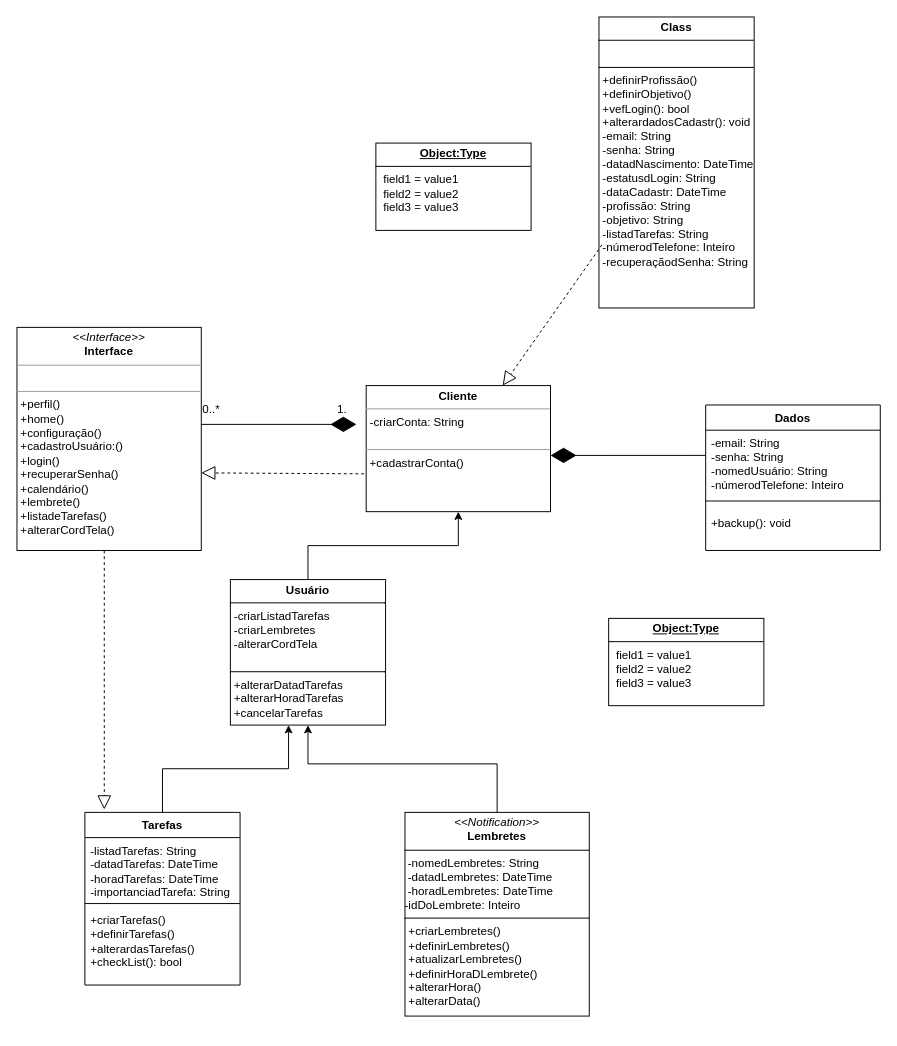
Earlier version of the draw.io diagram docs/img/Diagrama de classe.drawio (ICEI-PUC-Minas-PMV-ADS/pmv-ads-2024-1-e2-proj-int-t3-grupo03). Source tidied: cells renumbered, new cells numbered last; positions are measured from the earlier drawing's top-left corner, leaving out a move shared by most shapes. Both pictures are drawn from the tidied source at 97%, with x=0, y=0 at pixel (16, 16).
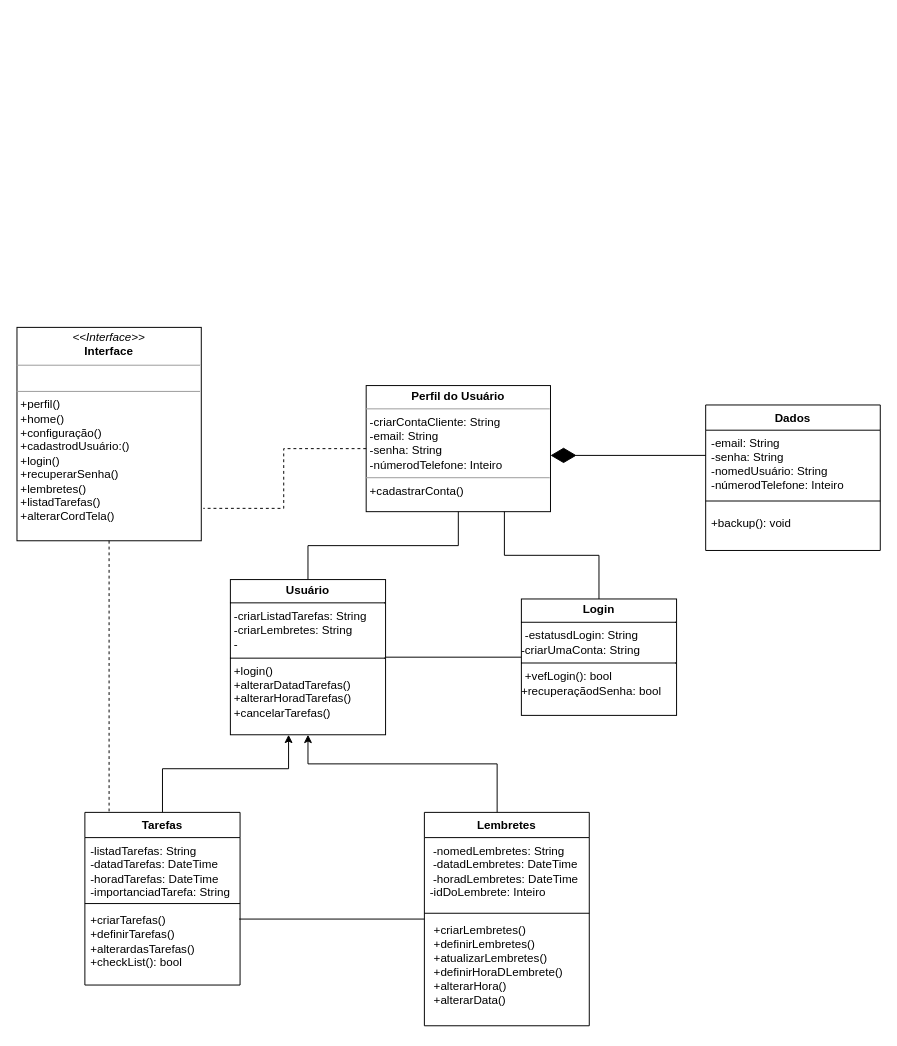
After the change.

Commit message:
Diagrama de classe KIPA.drawio

The change refers to these unchanged cells:
```xml
<mxCell id="7" value="Tarefas" style="swimlane;fontStyle=1;align=center;verticalAlign=top;horizontal=1;startSize=26;whiteSpace=wrap;html=1;" parent="1" vertex="1">
  <mxGeometry x="70" y="820" width="160" height="178" as="geometry" />
</mxCell>
<mxCell id="10" value="&lt;div&gt;&lt;span style=&quot;text-wrap: nowrap;&quot;&gt;+criarTarefas()&lt;/span&gt;&lt;/div&gt;&lt;span style=&quot;text-wrap: nowrap;&quot;&gt;+definirTarefas()&lt;/span&gt;&lt;div&gt;&lt;span style=&quot;text-wrap: nowrap;&quot;&gt;+alterardasTarefas()&lt;/span&gt;&lt;/div&gt;&lt;div&gt;&lt;span style=&quot;text-wrap: nowrap; background-color: initial;&quot;&gt;+checkList(): bool&lt;/span&gt;&lt;br&gt;&lt;/div&gt;" style="text;strokeColor=none;fillColor=none;align=left;verticalAlign=top;spacingLeft=4;spacingRight=4;overflow=hidden;points=[[0,0.5],[1,0.5]];portConstraint=eastwest;whiteSpace=wrap;html=1;" parent="7" vertex="1">
  <mxGeometry y="98" width="160" height="80" as="geometry" />
</mxCell>
```

The edit, as a diff of the source:
```diff
@@
-    <mxCell id="2" value="&lt;p style=&quot;margin:0px;margin-top:4px;text-align:center;&quot;&gt;&lt;i&gt;&amp;lt;&amp;lt;Interface&amp;gt;&amp;gt;&lt;/i&gt;&lt;br&gt;&lt;b&gt;Interface&lt;/b&gt;&lt;/p&gt;&lt;hr size=&quot;1&quot;&gt;&lt;p style=&quot;margin: 0px 0px 0px 4px;&quot;&gt;&lt;br&gt;&lt;/p&gt;&lt;hr size=&quot;1&quot;&gt;&lt;p style=&quot;margin: 0px 0px 0px 4px;&quot;&gt;&lt;span style=&quot;background-color: initial;&quot;&gt;+perfil()&lt;/span&gt;&lt;br&gt;&lt;/p&gt;&lt;p style=&quot;margin: 0px 0px 0px 4px;&quot;&gt;&lt;span style=&quot;background-color: initial;&quot;&gt;+home&lt;/span&gt;&lt;span style=&quot;background-color: initial;&quot;&gt;()&lt;/span&gt;&lt;/p&gt;&lt;p style=&quot;margin: 0px 0px 0px 4px;&quot;&gt;&lt;span style=&quot;background-color: initial;&quot;&gt;+configuração&lt;/span&gt;&lt;span style=&quot;background-color: initial;&quot;&gt;()&lt;/span&gt;&lt;/p&gt;&lt;p style=&quot;margin: 0px 0px 0px 4px;&quot;&gt;+cadastroUsuário:&lt;span style=&quot;background-color: initial;&quot;&gt;()&lt;/span&gt;&lt;/p&gt;&lt;p style=&quot;margin: 0px 0px 0px 4px;&quot;&gt;+login&lt;span style=&quot;background-color: initial;&quot;&gt;()&lt;/span&gt;&lt;/p&gt;&lt;p style=&quot;margin: 0px 0px 0px 4px;&quot;&gt;+recuperarSenha()&lt;/p&gt;&lt;p style=&quot;margin: 0px 0px 0px 4px;&quot;&gt;+calendário()&lt;/p&gt;&lt;p style=&quot;margin: 0px 0px 0px 4px;&quot;&gt;+lembrete()&lt;/p&gt;&lt;p style=&quot;margin: 0px 0px 0px 4px;&quot;&gt;&lt;span style=&quot;background-color: initial;&quot;&gt;+listadeTarefas()&amp;nbsp;&lt;/span&gt;&lt;br&gt;&lt;/p&gt;&lt;p style=&quot;margin: 0px 0px 0px 4px;&quot;&gt;&lt;span style=&quot;background-color: initial;&quot;&gt;+alterarCordTela()&amp;nbsp;&lt;/span&gt;&lt;/p&gt;&lt;p style=&quot;margin:0px;margin-left:4px;&quot;&gt;&lt;br&gt;&lt;/p&gt;&lt;p style=&quot;margin:0px;margin-left:4px;&quot;&gt;&lt;br&gt;&lt;/p&gt;" style="verticalAlign=top;align=left;overflow=fill;fontSize=12;fontFamily=Helvetica;html=1;rounded=0;shadow=0;comic=0;labelBackgroundColor=none;strokeWidth=1;" parent="1" vertex="1">
-      <mxGeometry y="320" width="190" height="230" as="geometry" />
+    <mxCell id="2" value="&lt;p style=&quot;margin:0px;margin-top:4px;text-align:center;&quot;&gt;&lt;i&gt;&amp;lt;&amp;lt;Interface&amp;gt;&amp;gt;&lt;/i&gt;&lt;br&gt;&lt;b&gt;Interface&lt;/b&gt;&lt;/p&gt;&lt;hr size=&quot;1&quot;&gt;&lt;p style=&quot;margin: 0px 0px 0px 4px;&quot;&gt;&lt;br&gt;&lt;/p&gt;&lt;hr size=&quot;1&quot;&gt;&lt;p style=&quot;margin: 0px 0px 0px 4px;&quot;&gt;&lt;span style=&quot;background-color: initial;&quot;&gt;+perfil()&lt;/span&gt;&lt;br&gt;&lt;/p&gt;&lt;p style=&quot;margin: 0px 0px 0px 4px;&quot;&gt;&lt;span style=&quot;background-color: initial;&quot;&gt;+home&lt;/span&gt;&lt;span style=&quot;background-color: initial;&quot;&gt;()&lt;/span&gt;&lt;/p&gt;&lt;p style=&quot;margin: 0px 0px 0px 4px;&quot;&gt;&lt;span style=&quot;background-color: initial;&quot;&gt;+configuração&lt;/span&gt;&lt;span style=&quot;background-color: initial;&quot;&gt;()&lt;/span&gt;&lt;/p&gt;&lt;p style=&quot;margin: 0px 0px 0px 4px;&quot;&gt;+cadastrodUsuário:&lt;span style=&quot;background-color: initial;&quot;&gt;()&lt;/span&gt;&lt;/p&gt;&lt;p style=&quot;margin: 0px 0px 0px 4px;&quot;&gt;+login&lt;span style=&quot;background-color: initial;&quot;&gt;()&lt;/span&gt;&lt;/p&gt;&lt;p style=&quot;margin: 0px 0px 0px 4px;&quot;&gt;+recuperarSenha()&lt;/p&gt;&lt;p style=&quot;margin: 0px 0px 0px 4px;&quot;&gt;+lembretes()&lt;/p&gt;&lt;p style=&quot;margin: 0px 0px 0px 4px;&quot;&gt;&lt;span style=&quot;background-color: initial;&quot;&gt;+listadTarefas()&amp;nbsp;&lt;/span&gt;&lt;br&gt;&lt;/p&gt;&lt;p style=&quot;margin: 0px 0px 0px 4px;&quot;&gt;&lt;span style=&quot;background-color: initial;&quot;&gt;+alterarCordTela()&amp;nbsp;&lt;/span&gt;&lt;/p&gt;&lt;p style=&quot;margin:0px;margin-left:4px;&quot;&gt;&lt;br&gt;&lt;/p&gt;&lt;p style=&quot;margin:0px;margin-left:4px;&quot;&gt;&lt;br&gt;&lt;/p&gt;" style="verticalAlign=top;align=left;overflow=fill;fontSize=12;fontFamily=Helvetica;html=1;rounded=0;shadow=0;comic=0;labelBackgroundColor=none;strokeWidth=1;" parent="1" vertex="1">
+      <mxGeometry y="320" width="190" height="220" as="geometry" />
     </mxCell>
-    <mxCell id="3" value="&lt;p style=&quot;margin:0px;margin-top:4px;text-align:center;&quot;&gt;&lt;b&gt;Cliente&lt;/b&gt;&lt;/p&gt;&lt;hr size=&quot;1&quot;&gt;&lt;p style=&quot;margin:0px;margin-left:4px;&quot;&gt;-criarConta: String&lt;/p&gt;&lt;p style=&quot;margin:0px;margin-left:4px;&quot;&gt;&lt;br&gt;&lt;/p&gt;&lt;hr size=&quot;1&quot;&gt;&lt;p style=&quot;margin: 0px 0px 0px 4px;&quot;&gt;+cadastrarConta()&lt;/p&gt;&lt;p style=&quot;margin: 0px 0px 0px 4px;&quot;&gt;&lt;br&gt;&lt;/p&gt;&lt;div&gt;&lt;span style=&quot;background-color: initial;&quot;&gt;&lt;br&gt;&lt;/span&gt;&lt;/div&gt;&lt;p style=&quot;margin: 0px 0px 0px 4px;&quot;&gt;&lt;br&gt;&lt;/p&gt;&lt;div&gt;&lt;br&gt;&lt;/div&gt;" style="verticalAlign=top;align=left;overflow=fill;fontSize=12;fontFamily=Helvetica;html=1;rounded=0;shadow=0;comic=0;labelBackgroundColor=none;strokeWidth=1;" parent="1" vertex="1">
+    <mxCell id="3" value="&lt;p style=&quot;margin:0px;margin-top:4px;text-align:center;&quot;&gt;&lt;b&gt;Perfil do Usuário&lt;/b&gt;&lt;/p&gt;&lt;hr size=&quot;1&quot;&gt;&lt;p style=&quot;margin:0px;margin-left:4px;&quot;&gt;-criarContaCliente: String&lt;/p&gt;&lt;p style=&quot;margin:0px;margin-left:4px;&quot;&gt;-email: String&lt;/p&gt;&lt;p style=&quot;margin:0px;margin-left:4px;&quot;&gt;-senha: String&lt;/p&gt;&lt;p style=&quot;margin:0px;margin-left:4px;&quot;&gt;-númerodTelefone: Inteiro&lt;/p&gt;&lt;hr size=&quot;1&quot;&gt;&lt;p style=&quot;margin: 0px 0px 0px 4px;&quot;&gt;+cadastrarConta()&lt;/p&gt;&lt;p style=&quot;margin: 0px 0px 0px 4px;&quot;&gt;&lt;br&gt;&lt;/p&gt;&lt;div&gt;&lt;span style=&quot;background-color: initial;&quot;&gt;&lt;br&gt;&lt;/span&gt;&lt;/div&gt;&lt;p style=&quot;margin: 0px 0px 0px 4px;&quot;&gt;&lt;br&gt;&lt;/p&gt;&lt;div&gt;&lt;br&gt;&lt;/div&gt;" style="verticalAlign=top;align=left;overflow=fill;fontSize=12;fontFamily=Helvetica;html=1;rounded=0;shadow=0;comic=0;labelBackgroundColor=none;strokeWidth=1;" parent="1" vertex="1">
       <mxGeometry x="360" y="380" width="190" height="130" as="geometry" />
     </mxCell>
-    <mxCell id="4" value="0..*" style="text;html=1;align=center;verticalAlign=middle;strokeColor=none;fillColor=none;" parent="1" vertex="1">
-      <mxGeometry x="180" y="390" width="40" height="30" as="geometry" />
-    </mxCell>
-    <mxCell id="5" value="1." style="text;html=1;align=center;verticalAlign=middle;strokeColor=none;fillColor=none;" parent="1" vertex="1">
-      <mxGeometry x="320" y="390" width="30" height="30" as="geometry" />
-    </mxCell>
@@
-    <mxCell id="11" style="endArrow=diamondThin;endFill=1;endSize=24;html=1;rounded=0;" parent="1" edge="1">
-      <mxGeometry relative="1" as="geometry">
-        <mxPoint x="190" y="420" as="sourcePoint" />
-        <mxPoint x="350" y="420" as="targetPoint" />
-      </mxGeometry>
-    </mxCell>
-    <mxCell id="12" style="edgeStyle=orthogonalEdgeStyle;rounded=0;jettySize=auto;html=1;" parent="1" edge="1" source="13" target="20">
+    <mxCell id="12" style="edgeStyle=orthogonalEdgeStyle;rounded=0;jettySize=auto;html=1;" parent="1" edge="1" target="20">
       <mxGeometry relative="1" as="geometry">
+        <mxPoint x="495" y="820" as="sourcePoint" />
         <Array as="points">
           <mxPoint x="495" y="770" />
           <mxPoint x="300" y="770" />
         </Array>
       </mxGeometry>
     </mxCell>
-    <mxCell id="13" value="&lt;p style=&quot;margin:0px;margin-top:4px;text-align:center;&quot;&gt;&lt;i&gt;&amp;lt;&amp;lt;Notification&amp;gt;&amp;gt;&lt;/i&gt;&lt;br&gt;&lt;b&gt;Lembretes&lt;/b&gt;&lt;/p&gt;&lt;hr size=&quot;1&quot; style=&quot;border-style:solid;&quot;&gt;&lt;div&gt;&lt;span style=&quot;text-wrap: nowrap;&quot;&gt;&amp;nbsp;-nomedLembretes:&amp;nbsp;&lt;/span&gt;&lt;span style=&quot;text-wrap: nowrap; background-color: initial;&quot;&gt;String&lt;/span&gt;&lt;span style=&quot;background-color: initial;&quot;&gt;&lt;span style=&quot;text-wrap: nowrap;&quot;&gt;&lt;br&gt;&lt;/span&gt;&lt;/span&gt;&lt;/div&gt;&lt;div&gt;&lt;span style=&quot;background-color: initial;&quot;&gt;&lt;span style=&quot;text-wrap: nowrap;&quot;&gt;&amp;nbsp;-datadLembretes:&amp;nbsp;&lt;/span&gt;&lt;/span&gt;&lt;span style=&quot;text-wrap: nowrap; background-color: initial;&quot;&gt;DateTime&lt;/span&gt;&lt;/div&gt;&lt;div&gt;&lt;span style=&quot;background-color: initial;&quot;&gt;&lt;span style=&quot;text-wrap: nowrap;&quot;&gt;&amp;nbsp;-horadLembretes:&amp;nbsp;&lt;/span&gt;&lt;/span&gt;&lt;span style=&quot;text-wrap: nowrap; background-color: initial;&quot;&gt;DateTime&lt;/span&gt;&lt;/div&gt;&lt;div&gt;&lt;span style=&quot;text-wrap: nowrap; background-color: initial;&quot;&gt;-idDoLembrete: Inteiro&lt;/span&gt;&lt;/div&gt;&lt;hr size=&quot;1&quot; style=&quot;border-style:solid;&quot;&gt;&lt;p style=&quot;margin:0px;margin-left:4px;&quot;&gt;&lt;span style=&quot;text-wrap: nowrap;&quot;&gt;+criarLembretes()&lt;/span&gt;&lt;span style=&quot;text-wrap: nowrap;&quot;&gt;&lt;br&gt;&lt;/span&gt;&lt;/p&gt;&lt;p style=&quot;margin:0px;margin-left:4px;&quot;&gt;&lt;span style=&quot;text-wrap: nowrap;&quot;&gt;+definirLembretes()&lt;/span&gt;&lt;br&gt;&lt;/p&gt;&lt;p style=&quot;margin:0px;margin-left:4px;&quot;&gt;&lt;span style=&quot;text-wrap: nowrap;&quot;&gt;+atualizarLembretes()&lt;/span&gt;&lt;/p&gt;&lt;p style=&quot;margin:0px;margin-left:4px;&quot;&gt;&lt;span style=&quot;text-wrap: nowrap;&quot;&gt;+definirHoraDLembrete()&lt;/span&gt;&lt;/p&gt;&lt;p style=&quot;margin:0px;margin-left:4px;&quot;&gt;&lt;span style=&quot;text-wrap: nowrap;&quot;&gt;+alterarHora()&lt;/span&gt;&lt;/p&gt;&lt;p style=&quot;margin:0px;margin-left:4px;&quot;&gt;&lt;span style=&quot;text-wrap: nowrap;&quot;&gt;+alterarData()&lt;/span&gt;&lt;/p&gt;" style="verticalAlign=top;align=left;overflow=fill;html=1;whiteSpace=wrap;" parent="1" vertex="1">
-      <mxGeometry x="400" y="820" width="190" height="210" as="geometry" />
-    </mxCell>
@@
-    <mxCell id="19" style="edgeStyle=orthogonalEdgeStyle;rounded=0;jettySize=auto;html=1;" parent="1" edge="1" source="20" target="3">
+    <mxCell id="19" style="edgeStyle=orthogonalEdgeStyle;rounded=0;jettySize=auto;html=1;endArrow=none;endFill=0;" parent="1" edge="1" source="20" target="3">
       <mxGeometry relative="1" as="geometry" />
     </mxCell>
+    <mxCell id="27" style="edgeStyle=orthogonalEdgeStyle;rounded=0;jettySize=auto;html=1;endArrow=none;endFill=0;" parent="1" edge="1" source="20" target="36">
+      <mxGeometry relative="1" as="geometry" />
+    </mxCell>
-    <mxCell id="20" value="&lt;p style=&quot;margin:0px;margin-top:4px;text-align:center;&quot;&gt;&lt;b&gt;Usuário&lt;/b&gt;&lt;/p&gt;&lt;hr size=&quot;1&quot; style=&quot;border-style:solid;&quot;&gt;&lt;p style=&quot;margin:0px;margin-left:4px;&quot;&gt;-criarListadTarefas&lt;/p&gt;&lt;p style=&quot;margin:0px;margin-left:4px;&quot;&gt;-criarLembretes&lt;/p&gt;&lt;p style=&quot;margin:0px;margin-left:4px;&quot;&gt;-alterarCordTela&lt;/p&gt;&lt;p style=&quot;margin:0px;margin-left:4px;&quot;&gt;&lt;br&gt;&lt;/p&gt;&lt;hr size=&quot;1&quot; style=&quot;border-style:solid;&quot;&gt;&lt;p style=&quot;margin: 0px 0px 0px 4px;&quot;&gt;+alterarDatadTarefas&lt;/p&gt;&lt;p style=&quot;margin: 0px 0px 0px 4px;&quot;&gt;+alterarHoradTarefas&lt;/p&gt;&lt;p style=&quot;margin: 0px 0px 0px 4px;&quot;&gt;+cancelarTarefas&lt;/p&gt;&lt;p style=&quot;margin: 0px 0px 0px 4px;&quot;&gt;&lt;br&gt;&lt;/p&gt;" style="verticalAlign=top;align=left;overflow=fill;html=1;whiteSpace=wrap;" parent="1" vertex="1">
-      <mxGeometry x="220" y="580" width="160" height="150" as="geometry" />
+    <mxCell id="20" value="&lt;p style=&quot;margin:0px;margin-top:4px;text-align:center;&quot;&gt;&lt;b&gt;Usuário&lt;/b&gt;&lt;/p&gt;&lt;hr size=&quot;1&quot; style=&quot;border-style:solid;&quot;&gt;&lt;p style=&quot;margin:0px;margin-left:4px;&quot;&gt;&lt;span style=&quot;background-color: initial;&quot;&gt;-criarListadTarefas: String&lt;/span&gt;&lt;br&gt;&lt;/p&gt;&lt;p style=&quot;margin:0px;margin-left:4px;&quot;&gt;-criarLembretes: String&lt;/p&gt;&lt;p style=&quot;margin:0px;margin-left:4px;&quot;&gt;-&lt;/p&gt;&lt;hr size=&quot;1&quot; style=&quot;border-style:solid;&quot;&gt;&lt;p style=&quot;margin: 0px 0px 0px 4px;&quot;&gt;+login()&lt;/p&gt;&lt;p style=&quot;margin: 0px 0px 0px 4px;&quot;&gt;+alterarDatadTarefas()&lt;/p&gt;&lt;p style=&quot;margin: 0px 0px 0px 4px;&quot;&gt;+alterarHoradTarefas()&lt;/p&gt;&lt;p style=&quot;margin: 0px 0px 0px 4px;&quot;&gt;+cancelarTarefas()&lt;/p&gt;&lt;p style=&quot;margin: 0px 0px 0px 4px;&quot;&gt;&lt;br&gt;&lt;/p&gt;" style="verticalAlign=top;align=left;overflow=fill;html=1;whiteSpace=wrap;" parent="1" vertex="1">
+      <mxGeometry x="220" y="580" width="160" height="160" as="geometry" />
     </mxCell>
-    <mxCell id="21" value="&lt;p style=&quot;margin:0px;margin-top:4px;text-align:center;&quot;&gt;&lt;b&gt;Class&lt;/b&gt;&lt;/p&gt;&lt;hr size=&quot;1&quot; style=&quot;border-style:solid;&quot;&gt;&lt;p style=&quot;text-wrap: nowrap; margin: 0px 0px 0px 4px;&quot;&gt;&lt;br&gt;&lt;/p&gt;&lt;hr size=&quot;1&quot; style=&quot;border-style:solid;&quot;&gt;&lt;p style=&quot;text-wrap: nowrap; margin: 0px 0px 0px 4px;&quot;&gt;&lt;span style=&quot;background-color: initial;&quot;&gt;+definirProfissão()&lt;/span&gt;&lt;br&gt;&lt;/p&gt;&lt;p style=&quot;text-wrap: nowrap; margin: 0px 0px 0px 4px;&quot;&gt;+definirObjetivo()&lt;/p&gt;&lt;p style=&quot;text-wrap: nowrap; margin: 0px 0px 0px 4px;&quot;&gt;+vefLogin(): bool&lt;/p&gt;&lt;p style=&quot;text-wrap: nowrap; margin: 0px 0px 0px 4px;&quot;&gt;+alterardadosCadastr(): void&lt;/p&gt;&lt;p style=&quot;text-wrap: nowrap; margin: 0px 0px 0px 4px;&quot;&gt;-email:&amp;nbsp;&lt;span style=&quot;background-color: initial;&quot;&gt;String&lt;/span&gt;&lt;/p&gt;&lt;p style=&quot;text-wrap: nowrap; margin: 0px 0px 0px 4px;&quot;&gt;-senha:&amp;nbsp;&lt;span style=&quot;background-color: initial;&quot;&gt;String&lt;/span&gt;&lt;/p&gt;&lt;p style=&quot;text-wrap: nowrap; margin: 0px 0px 0px 4px;&quot;&gt;&lt;span style=&quot;background-color: initial;&quot;&gt;-datadNascimento:&amp;nbsp;&lt;/span&gt;&lt;span style=&quot;background-color: initial;&quot;&gt;DateTime&lt;/span&gt;&lt;br&gt;&lt;/p&gt;&lt;p style=&quot;text-wrap: nowrap; margin: 0px 0px 0px 4px;&quot;&gt;-estatusdLogin:&amp;nbsp;&lt;span style=&quot;background-color: initial;&quot;&gt;String&lt;/span&gt;&lt;/p&gt;&lt;p style=&quot;text-wrap: nowrap; margin: 0px 0px 0px 4px;&quot;&gt;&lt;span style=&quot;background-color: initial;&quot;&gt;-dataCadastr:&amp;nbsp;&lt;/span&gt;&lt;span style=&quot;background-color: initial;&quot;&gt;DateTime&lt;/span&gt;&lt;/p&gt;&lt;p style=&quot;text-wrap: nowrap; margin: 0px 0px 0px 4px;&quot;&gt;-profissão: String&lt;/p&gt;&lt;p style=&quot;text-wrap: nowrap; margin: 0px 0px 0px 4px;&quot;&gt;-objetivo: String&lt;/p&gt;&lt;p style=&quot;text-wrap: nowrap; margin: 0px 0px 0px 4px;&quot;&gt;-listadTarefas: String&lt;/p&gt;&lt;p style=&quot;text-wrap: nowrap; margin: 0px 0px 0px 4px;&quot;&gt;-númerodTelefone: Inteiro&lt;/p&gt;&lt;p style=&quot;text-wrap: nowrap; margin: 0px 0px 0px 4px;&quot;&gt;-recuperaçãodSenha: String&lt;/p&gt;" style="verticalAlign=top;align=left;overflow=fill;html=1;whiteSpace=wrap;" parent="1" vertex="1">
-      <mxGeometry x="600" width="160" height="300" as="geometry" />
-    </mxCell>
-    <mxCell id="22" style="endArrow=block;dashed=1;endFill=0;endSize=12;html=1;rounded=0;exitX=-0.011;exitY=0.7;exitDx=0;exitDy=0;exitPerimeter=0;" parent="1" edge="1" source="3">
-      <mxGeometry relative="1" as="geometry">
-        <mxPoint x="190" y="470" as="targetPoint" />
-      </mxGeometry>
-    </mxCell>
-    <mxCell id="23" style="endArrow=block;dashed=1;endFill=0;endSize=12;html=1;rounded=0;entryX=0.125;entryY=-0.017;entryDx=0;entryDy=0;entryPerimeter=0;" parent="1" edge="1" target="7">
-      <mxGeometry relative="1" as="geometry">
-        <mxPoint x="90" y="550" as="sourcePoint" />
-      </mxGeometry>
-    </mxCell>
-    <mxCell id="24" style="endArrow=block;dashed=1;endFill=0;endSize=12;html=1;rounded=0;exitX=0.019;exitY=0.783;exitDx=0;exitDy=0;exitPerimeter=0;" parent="1" edge="1" source="21" target="3">
-      <mxGeometry relative="1" as="geometry" />
-    </mxCell>
-    <mxCell id="25" value="&lt;p style=&quot;margin:0px;margin-top:4px;text-align:center;text-decoration:underline;&quot;&gt;&lt;b&gt;Object:Type&lt;/b&gt;&lt;/p&gt;&lt;hr size=&quot;1&quot; style=&quot;border-style:solid;&quot;/&gt;&lt;p style=&quot;margin:0px;margin-left:8px;&quot;&gt;field1 = value1&lt;br/&gt;field2 = value2&lt;br&gt;field3 = value3&lt;/p&gt;" style="verticalAlign=top;align=left;overflow=fill;html=1;whiteSpace=wrap;" parent="1" vertex="1">
-      <mxGeometry x="610" y="620" width="160" height="90" as="geometry" />
-    </mxCell>
-    <mxCell id="26" value="&lt;p style=&quot;margin:0px;margin-top:4px;text-align:center;text-decoration:underline;&quot;&gt;&lt;b&gt;Object:Type&lt;/b&gt;&lt;/p&gt;&lt;hr size=&quot;1&quot; style=&quot;border-style:solid;&quot;/&gt;&lt;p style=&quot;margin:0px;margin-left:8px;&quot;&gt;field1 = value1&lt;br/&gt;field2 = value2&lt;br&gt;field3 = value3&lt;/p&gt;" style="verticalAlign=top;align=left;overflow=fill;html=1;whiteSpace=wrap;" parent="1" vertex="1">
-      <mxGeometry x="370" y="130" width="160" height="90" as="geometry" />
-    </mxCell>
+    <mxCell id="28" style="edgeStyle=orthogonalEdgeStyle;rounded=0;jettySize=auto;html=1;entryX=0.156;entryY=0;entryDx=0;entryDy=0;entryPerimeter=0;dashed=1;endArrow=none;endFill=0;" parent="1" edge="1" source="2" target="7">
+      <mxGeometry relative="1" as="geometry" />
+    </mxCell>
+    <mxCell id="29" style="edgeStyle=orthogonalEdgeStyle;rounded=0;jettySize=auto;html=1;entryX=1.011;entryY=0.848;entryDx=0;entryDy=0;entryPerimeter=0;endArrow=none;endFill=0;dashed=1;" parent="1" edge="1" source="3" target="2">
+      <mxGeometry relative="1" as="geometry" />
+    </mxCell>
+    <mxCell id="30" value="Lembretes" style="swimlane;fontStyle=1;align=center;verticalAlign=top;horizontal=1;startSize=26;whiteSpace=wrap;html=1;" parent="1" vertex="1">
+      <mxGeometry x="420" y="820" width="170" height="220" as="geometry" />
+    </mxCell>
+    <mxCell id="31" value="&lt;div&gt;&lt;span style=&quot;text-wrap: nowrap;&quot;&gt;&amp;nbsp;-nomedLembretes:&amp;nbsp;&lt;/span&gt;&lt;span style=&quot;text-wrap: nowrap; background-color: initial;&quot;&gt;String&lt;/span&gt;&lt;span style=&quot;background-color: initial;&quot;&gt;&lt;span style=&quot;text-wrap: nowrap;&quot;&gt;&lt;br&gt;&lt;/span&gt;&lt;/span&gt;&lt;/div&gt;&lt;div&gt;&lt;span style=&quot;background-color: initial;&quot;&gt;&lt;span style=&quot;text-wrap: nowrap;&quot;&gt;&amp;nbsp;-datadLembretes:&amp;nbsp;&lt;/span&gt;&lt;/span&gt;&lt;span style=&quot;text-wrap: nowrap; background-color: initial;&quot;&gt;DateTime&lt;/span&gt;&lt;/div&gt;&lt;div&gt;&lt;span style=&quot;background-color: initial;&quot;&gt;&lt;span style=&quot;text-wrap: nowrap;&quot;&gt;&amp;nbsp;-horadLembretes:&amp;nbsp;&lt;/span&gt;&lt;/span&gt;&lt;span style=&quot;text-wrap: nowrap; background-color: initial;&quot;&gt;DateTime&lt;/span&gt;&lt;/div&gt;&lt;div&gt;&lt;span style=&quot;text-wrap: nowrap; background-color: initial;&quot;&gt;-idDoLembrete: Inteiro&lt;/span&gt;&lt;/div&gt;" style="text;strokeColor=none;fillColor=none;align=left;verticalAlign=top;spacingLeft=4;spacingRight=4;overflow=hidden;whiteSpace=wrap;html=1;" parent="30" vertex="1">
+      <mxGeometry y="26" width="170" height="74" as="geometry" />
+    </mxCell>
+    <mxCell id="32" style="line;strokeWidth=1;fillColor=none;align=left;verticalAlign=middle;spacingTop=-1;spacingLeft=3;spacingRight=3;labelPosition=right;strokeColor=inherit;" parent="30" vertex="1">
+      <mxGeometry y="100" width="170" height="8" as="geometry" />
+    </mxCell>
+    <mxCell id="33" value="&lt;p style=&quot;margin: 0px 0px 0px 4px;&quot;&gt;&lt;span style=&quot;text-wrap: nowrap;&quot;&gt;+criarLembretes()&lt;/span&gt;&lt;span style=&quot;text-wrap: nowrap;&quot;&gt;&lt;br&gt;&lt;/span&gt;&lt;/p&gt;&lt;p style=&quot;margin: 0px 0px 0px 4px;&quot;&gt;&lt;span style=&quot;text-wrap: nowrap;&quot;&gt;+definirLembretes()&lt;/span&gt;&lt;br&gt;&lt;/p&gt;&lt;p style=&quot;margin: 0px 0px 0px 4px;&quot;&gt;&lt;span style=&quot;text-wrap: nowrap;&quot;&gt;+atualizarLembretes()&lt;/span&gt;&lt;/p&gt;&lt;p style=&quot;margin: 0px 0px 0px 4px;&quot;&gt;&lt;span style=&quot;text-wrap: nowrap;&quot;&gt;+definirHoraDLembrete()&lt;/span&gt;&lt;/p&gt;&lt;p style=&quot;margin: 0px 0px 0px 4px;&quot;&gt;&lt;span style=&quot;text-wrap: nowrap;&quot;&gt;+alterarHora()&lt;/span&gt;&lt;/p&gt;&lt;p style=&quot;margin: 0px 0px 0px 4px;&quot;&gt;&lt;span style=&quot;text-wrap: nowrap;&quot;&gt;+alterarData()&lt;/span&gt;&lt;/p&gt;" style="text;strokeColor=none;fillColor=none;align=left;verticalAlign=top;spacingLeft=4;spacingRight=4;overflow=hidden;whiteSpace=wrap;html=1;" parent="30" vertex="1">
+      <mxGeometry y="108" width="170" height="112" as="geometry" />
+    </mxCell>
+    <mxCell id="34" style="edgeStyle=orthogonalEdgeStyle;rounded=0;jettySize=auto;html=1;entryX=0.994;entryY=0.15;entryDx=0;entryDy=0;entryPerimeter=0;endArrow=none;endFill=0;" parent="1" edge="1" source="30" target="10">
+      <mxGeometry relative="1" as="geometry" />
+    </mxCell>
+    <mxCell id="35" style="edgeStyle=orthogonalEdgeStyle;rounded=0;jettySize=auto;html=1;entryX=0.75;entryY=1;entryDx=0;entryDy=0;endArrow=none;endFill=0;" parent="1" edge="1" source="36" target="3">
+      <mxGeometry relative="1" as="geometry" />
+    </mxCell>
+    <mxCell id="36" value="&lt;p style=&quot;margin:0px;margin-top:4px;text-align:center;&quot;&gt;&lt;b&gt;Login&lt;/b&gt;&lt;/p&gt;&lt;hr size=&quot;1&quot; style=&quot;border-style:solid;&quot;&gt;&lt;p style=&quot;text-wrap: nowrap; margin: 0px 0px 0px 4px;&quot;&gt;-estatusdLogin:&amp;nbsp;&lt;span style=&quot;background-color: initial;&quot;&gt;String&lt;/span&gt;&lt;/p&gt;&lt;div&gt;&lt;span style=&quot;background-color: initial;&quot;&gt;-criarUmaConta: String&lt;/span&gt;&lt;/div&gt;&lt;hr size=&quot;1&quot; style=&quot;border-style:solid;&quot;&gt;&lt;p style=&quot;text-wrap: nowrap; margin: 0px 0px 0px 4px;&quot;&gt;+vefLogin(): bool&lt;/p&gt;&lt;div&gt;&lt;span style=&quot;text-wrap: nowrap;&quot;&gt;+recuperaçãodSenha: bool&lt;/span&gt;&lt;br&gt;&lt;/div&gt;" style="verticalAlign=top;align=left;overflow=fill;html=1;whiteSpace=wrap;" parent="1" vertex="1">
+      <mxGeometry x="520" y="600" width="160" height="120" as="geometry" />
+    </mxCell>
```
